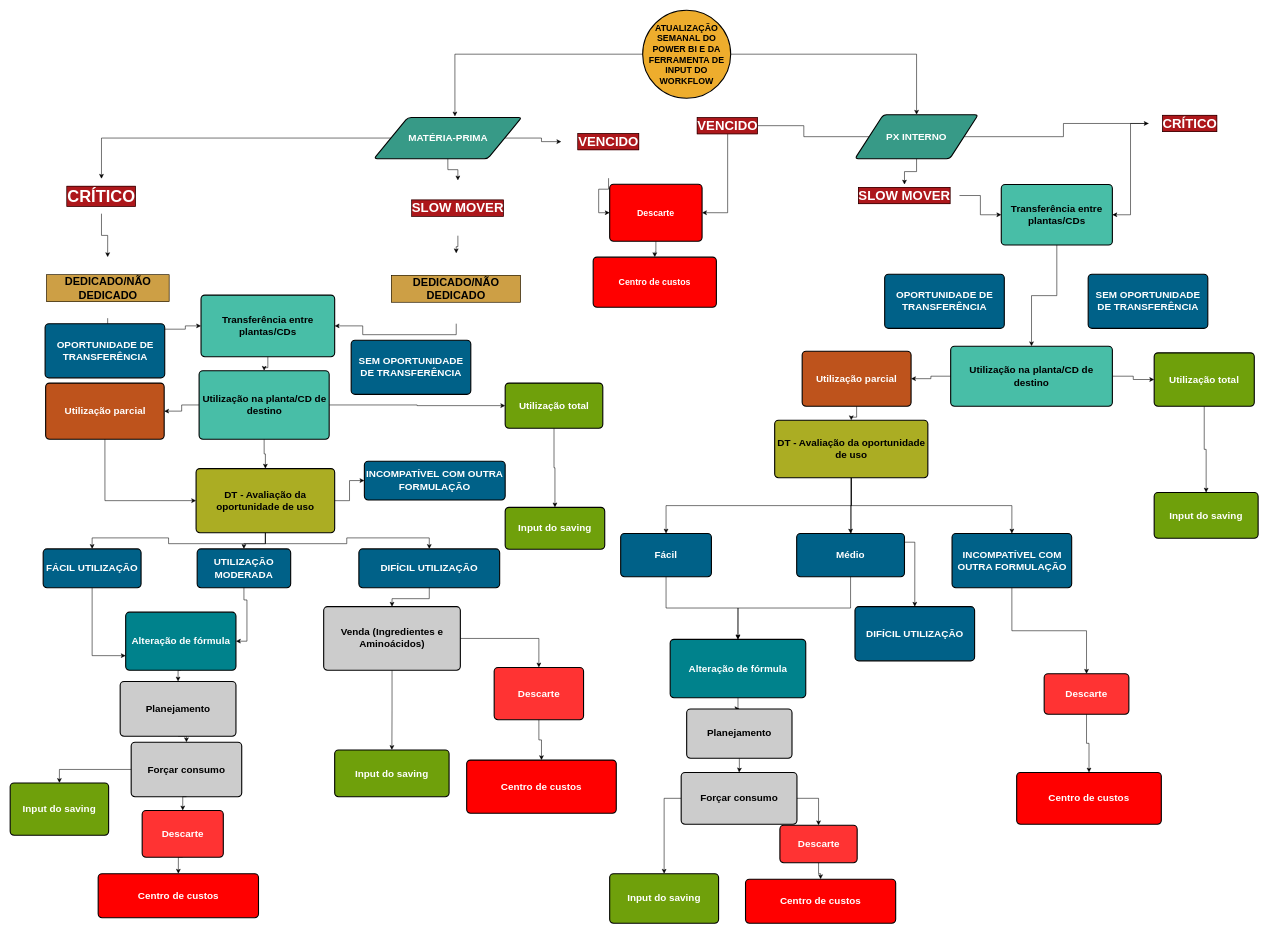
Earlier version of the draw.io diagram page "POWER BI - MP e PX interno" (3 of 5) of Untitled Diagram.drawio (geovanafsantos/ascoisatudo). Source tidied: cells renumbered, new cells numbered last; positions are measured from the earlier drawing's top-left corner, leaving out a move shared by most shapes. Both pictures are drawn from the tidied source at 55%, with x=0, y=0 at pixel (10, 10).
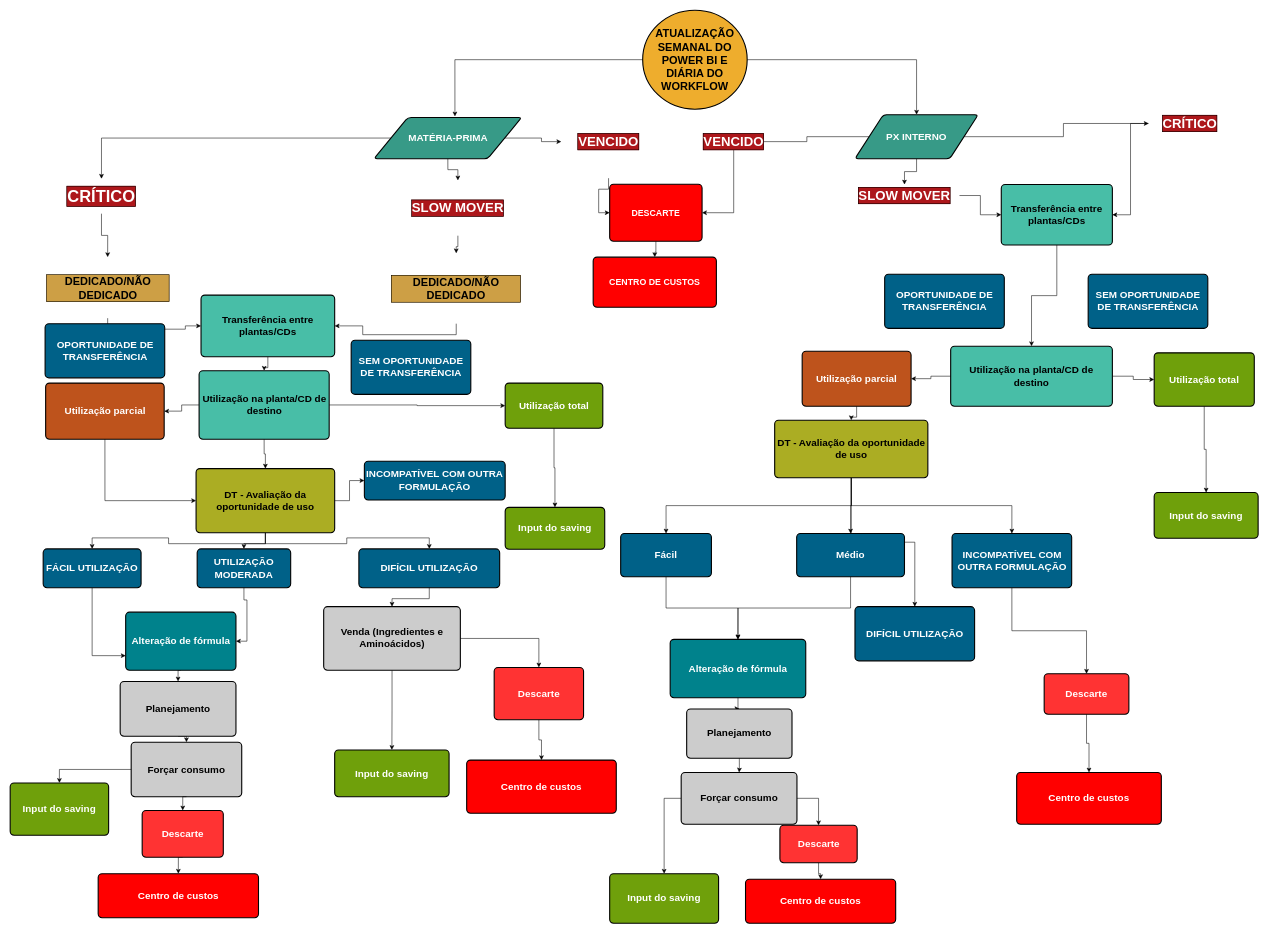
The same page after the edit.

Diff of the diagram source:
```diff
@@
-    <mxCell id="4" value="&lt;font style=&quot;font-size: 16px;&quot;&gt;ATUALIZAÇÃO SEMANAL DO POWER BI E DA FERRAMENTA DE INPUT DO WORKFLOW&lt;/font&gt;" style="strokeWidth=2;html=1;shape=mxgraph.flowchart.start_2;whiteSpace=wrap;fillColor=#EEAD2D;fontSize=16;fontStyle=1;" parent="1" vertex="1">
-      <mxGeometry x="1150" width="160" height="160" as="geometry" />
+    <mxCell id="4" value="&lt;font style=&quot;font-size: 20px&quot;&gt;ATUALIZAÇÃO SEMANAL DO POWER BI E DIÁRIA DO WORKFLOW&lt;/font&gt;" style="strokeWidth=2;html=1;shape=mxgraph.flowchart.start_2;whiteSpace=wrap;fillColor=#EEAD2D;fontSize=20;fontStyle=1;" parent="1" vertex="1">
+      <mxGeometry x="1150" width="190" height="180" as="geometry" />
     </mxCell>
@@
     <mxCell id="22" value="VENCIDO" style="text;html=1;strokeColor=none;fillColor=none;align=center;verticalAlign=middle;whiteSpace=wrap;rounded=0;labelBackgroundColor=#AD171B;fontSize=24;labelBorderColor=#000000;fontStyle=1;fontColor=#FFFFFF;" parent="1" vertex="1">
-      <mxGeometry x="1259" y="195" width="91" height="30" as="geometry" />
+      <mxGeometry x="1270" y="224" width="91" height="30" as="geometry" />
     </mxCell>
@@
-    <mxCell id="24" value="&lt;font style=&quot;font-size: 16px;&quot;&gt;Descarte&lt;/font&gt;" style="rounded=1;whiteSpace=wrap;html=1;absoluteArcSize=1;arcSize=14;strokeWidth=2;labelBackgroundColor=none;fontSize=16;fillColor=#FF0000;fontColor=#FFFFFF;fontStyle=1;" parent="1" vertex="1">
+    <mxCell id="24" value="&lt;font style=&quot;font-size: 16px&quot;&gt;DESCARTE&lt;/font&gt;" style="rounded=1;whiteSpace=wrap;html=1;absoluteArcSize=1;arcSize=14;strokeWidth=2;labelBackgroundColor=none;fontSize=16;fillColor=#FF0000;fontColor=#FFFFFF;fontStyle=1;" parent="1" vertex="1">
       <mxGeometry x="1090" y="316.5" width="168" height="103.5" as="geometry" />
     </mxCell>
-    <mxCell id="25" value="&lt;font style=&quot;font-size: 16px&quot;&gt;Centro de custos&lt;/font&gt;" style="rounded=1;whiteSpace=wrap;html=1;absoluteArcSize=1;arcSize=14;strokeWidth=2;labelBackgroundColor=none;fontSize=16;fillColor=#FF0000;fontColor=#FFFFFF;fontStyle=1;" parent="1" vertex="1">
+    <mxCell id="25" value="&lt;font style=&quot;font-size: 16px&quot;&gt;CENTRO DE CUSTOS&lt;/font&gt;" style="rounded=1;whiteSpace=wrap;html=1;absoluteArcSize=1;arcSize=14;strokeWidth=2;labelBackgroundColor=none;fontSize=16;fillColor=#FF0000;fontColor=#FFFFFF;fontStyle=1;" parent="1" vertex="1">
       <mxGeometry x="1060" y="449" width="224" height="91" as="geometry" />
     </mxCell>
```
